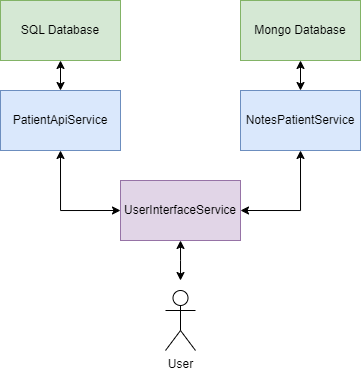
Above: util/images/diagram.png in AntoineLanselle/MediScreen (draw.io), before the change. Source tidied: cells renumbered, new cells last; positions are measured from the earlier drawing's top-left corner, leaving out a move shared by most shapes. Its diagram source:
```xml
<mxGraphModel>
  <root>
    <mxCell id="0" />
    <mxCell id="1" parent="0" />
    <mxCell id="2" style="edgeStyle=orthogonalEdgeStyle;rounded=0;jettySize=auto;html=1;exitX=0.5;exitY=1;exitDx=0;exitDy=0;entryX=0;entryY=0.5;entryDx=0;entryDy=0;startArrow=classic;startFill=1;" parent="1" edge="1" source="3" target="11">
      <mxGeometry relative="1" as="geometry" />
    </mxCell>
    <mxCell id="3" value="PatientApiService" style="rounded=0;whiteSpace=wrap;html=1;fillColor=#dae8fc;strokeColor=#6c8ebf;" parent="1" vertex="1">
      <mxGeometry y="90" width="120" height="60" as="geometry" />
    </mxCell>
    <mxCell id="4" style="edgeStyle=orthogonalEdgeStyle;rounded=0;jettySize=auto;html=1;exitX=0.5;exitY=1;exitDx=0;exitDy=0;entryX=1;entryY=0.5;entryDx=0;entryDy=0;startArrow=classic;startFill=1;" parent="1" edge="1" source="5" target="11">
      <mxGeometry relative="1" as="geometry" />
    </mxCell>
    <mxCell id="5" value="NotesPatientService" style="rounded=0;whiteSpace=wrap;html=1;fillColor=#dae8fc;strokeColor=#6c8ebf;" parent="1" vertex="1">
      <mxGeometry x="240" y="90" width="120" height="60" as="geometry" />
    </mxCell>
    <mxCell id="6" style="edgeStyle=orthogonalEdgeStyle;rounded=0;jettySize=auto;html=1;exitX=0.5;exitY=1;exitDx=0;exitDy=0;entryX=0.5;entryY=0;entryDx=0;entryDy=0;startArrow=classic;startFill=1;" parent="1" edge="1" source="7" target="5">
      <mxGeometry relative="1" as="geometry" />
    </mxCell>
    <mxCell id="7" value="Mongo Database" style="rounded=0;whiteSpace=wrap;html=1;fillColor=#d5e8d4;strokeColor=#82b366;" parent="1" vertex="1">
      <mxGeometry x="240" width="120" height="60" as="geometry" />
    </mxCell>
    <mxCell id="8" style="edgeStyle=orthogonalEdgeStyle;rounded=0;jettySize=auto;html=1;exitX=0.5;exitY=1;exitDx=0;exitDy=0;entryX=0.5;entryY=0;entryDx=0;entryDy=0;startArrow=classic;startFill=1;" parent="1" edge="1" source="9" target="3">
      <mxGeometry relative="1" as="geometry" />
    </mxCell>
    <mxCell id="9" value="SQL Database" style="rounded=0;whiteSpace=wrap;html=1;fillColor=#d5e8d4;strokeColor=#82b366;" parent="1" vertex="1">
      <mxGeometry width="120" height="60" as="geometry" />
    </mxCell>
    <mxCell id="10" style="edgeStyle=orthogonalEdgeStyle;rounded=0;jettySize=auto;html=1;exitX=0.5;exitY=1;exitDx=0;exitDy=0;endArrow=classic;endFill=1;startArrow=classic;startFill=1;" parent="1" edge="1" source="11">
      <mxGeometry relative="1" as="geometry">
        <mxPoint x="180" y="280" as="targetPoint" />
      </mxGeometry>
    </mxCell>
    <mxCell id="11" value="UserInterfaceService" style="rounded=0;whiteSpace=wrap;html=1;fillColor=#e1d5e7;strokeColor=#9673a6;" parent="1" vertex="1">
      <mxGeometry x="120" y="180" width="120" height="60" as="geometry" />
    </mxCell>
    <mxCell id="12" value="User" style="shape=umlActor;verticalLabelPosition=bottom;verticalAlign=top;html=1;" parent="1" vertex="1">
      <mxGeometry x="165" y="290" width="30" height="60" as="geometry" />
    </mxCell>
  </root>
</mxGraphModel>
```
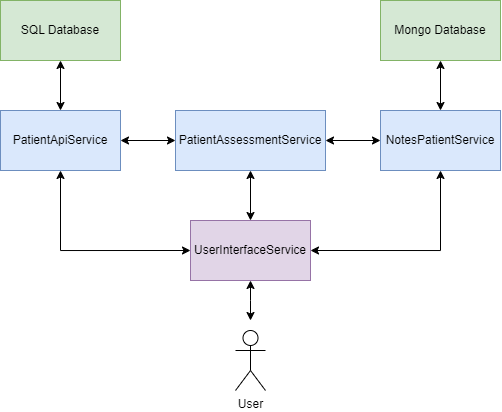
Above is the later version.

Change to the diagram source:
```diff
@@ -5,26 +5,32 @@
     <mxCell id="2" style="edgeStyle=orthogonalEdgeStyle;rounded=0;jettySize=auto;html=1;exitX=0.5;exitY=1;exitDx=0;exitDy=0;entryX=0;entryY=0.5;entryDx=0;entryDy=0;startArrow=classic;startFill=1;" parent="1" edge="1" source="3" target="11">
       <mxGeometry relative="1" as="geometry" />
     </mxCell>
+    <mxCell id="13" style="edgeStyle=orthogonalEdgeStyle;rounded=0;jettySize=auto;html=1;exitX=1;exitY=0.5;exitDx=0;exitDy=0;entryX=0;entryY=0.5;entryDx=0;entryDy=0;startArrow=classic;startFill=1;" parent="1" edge="1" source="3" target="16">
+      <mxGeometry relative="1" as="geometry" />
+    </mxCell>
     <mxCell id="3" value="PatientApiService" style="rounded=0;whiteSpace=wrap;html=1;fillColor=#dae8fc;strokeColor=#6c8ebf;" parent="1" vertex="1">
-      <mxGeometry y="90" width="120" height="60" as="geometry" />
+      <mxGeometry x="-70" y="70" width="120" height="60" as="geometry" />
     </mxCell>
     <mxCell id="4" style="edgeStyle=orthogonalEdgeStyle;rounded=0;jettySize=auto;html=1;exitX=0.5;exitY=1;exitDx=0;exitDy=0;entryX=1;entryY=0.5;entryDx=0;entryDy=0;startArrow=classic;startFill=1;" parent="1" edge="1" source="5" target="11">
       <mxGeometry relative="1" as="geometry" />
     </mxCell>
+    <mxCell id="14" style="edgeStyle=orthogonalEdgeStyle;rounded=0;jettySize=auto;html=1;exitX=0;exitY=0.5;exitDx=0;exitDy=0;entryX=1;entryY=0.5;entryDx=0;entryDy=0;startArrow=classic;startFill=1;" parent="1" edge="1" source="5" target="16">
+      <mxGeometry relative="1" as="geometry" />
+    </mxCell>
     <mxCell id="5" value="NotesPatientService" style="rounded=0;whiteSpace=wrap;html=1;fillColor=#dae8fc;strokeColor=#6c8ebf;" parent="1" vertex="1">
-      <mxGeometry x="240" y="90" width="120" height="60" as="geometry" />
+      <mxGeometry x="310" y="70" width="120" height="60" as="geometry" />
     </mxCell>
     <mxCell id="6" style="edgeStyle=orthogonalEdgeStyle;rounded=0;jettySize=auto;html=1;exitX=0.5;exitY=1;exitDx=0;exitDy=0;entryX=0.5;entryY=0;entryDx=0;entryDy=0;startArrow=classic;startFill=1;" parent="1" edge="1" source="7" target="5">
       <mxGeometry relative="1" as="geometry" />
     </mxCell>
     <mxCell id="7" value="Mongo Database" style="rounded=0;whiteSpace=wrap;html=1;fillColor=#d5e8d4;strokeColor=#82b366;" parent="1" vertex="1">
-      <mxGeometry x="240" width="120" height="60" as="geometry" />
+      <mxGeometry x="310" y="-40" width="120" height="60" as="geometry" />
     </mxCell>
     <mxCell id="8" style="edgeStyle=orthogonalEdgeStyle;rounded=0;jettySize=auto;html=1;exitX=0.5;exitY=1;exitDx=0;exitDy=0;entryX=0.5;entryY=0;entryDx=0;entryDy=0;startArrow=classic;startFill=1;" parent="1" edge="1" source="9" target="3">
       <mxGeometry relative="1" as="geometry" />
     </mxCell>
     <mxCell id="9" value="SQL Database" style="rounded=0;whiteSpace=wrap;html=1;fillColor=#d5e8d4;strokeColor=#82b366;" parent="1" vertex="1">
-      <mxGeometry width="120" height="60" as="geometry" />
+      <mxGeometry x="-70" y="-40" width="120" height="60" as="geometry" />
     </mxCell>
     <mxCell id="10" style="edgeStyle=orthogonalEdgeStyle;rounded=0;jettySize=auto;html=1;exitX=0.5;exitY=1;exitDx=0;exitDy=0;endArrow=classic;endFill=1;startArrow=classic;startFill=1;" parent="1" edge="1" source="11">
       <mxGeometry relative="1" as="geometry">
@@ -37,5 +43,11 @@
     <mxCell id="12" value="User" style="shape=umlActor;verticalLabelPosition=bottom;verticalAlign=top;html=1;" parent="1" vertex="1">
       <mxGeometry x="165" y="290" width="30" height="60" as="geometry" />
     </mxCell>
+    <mxCell id="15" style="edgeStyle=orthogonalEdgeStyle;rounded=0;jettySize=auto;html=1;exitX=0.5;exitY=1;exitDx=0;exitDy=0;entryX=0.5;entryY=0;entryDx=0;entryDy=0;startArrow=classic;startFill=1;" parent="1" edge="1" source="16" target="11">
+      <mxGeometry relative="1" as="geometry" />
+    </mxCell>
+    <mxCell id="16" value="PatientAssessmentService" style="rounded=0;whiteSpace=wrap;html=1;fillColor=#dae8fc;strokeColor=#6c8ebf;" parent="1" vertex="1">
+      <mxGeometry x="105" y="70" width="150" height="60" as="geometry" />
+    </mxCell>
   </root>
 </mxGraphModel>
```
